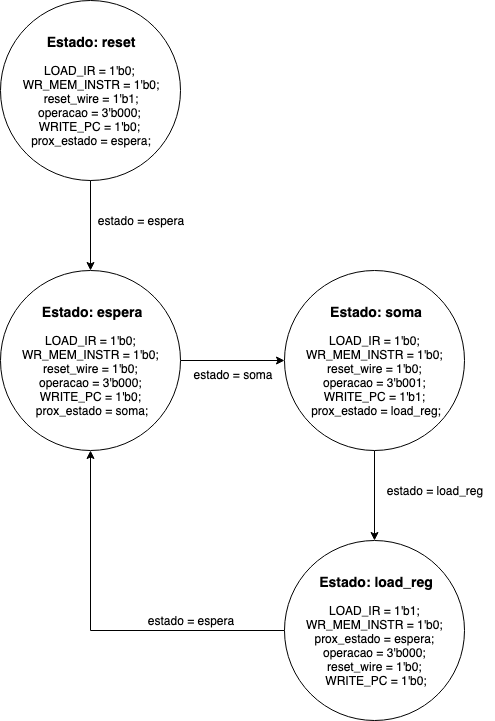
This is imageMaps/Maquina_de_estados.png from lucasgrisiq/procRISCV, a draw.io export, as it was before one commit. Source tidied: cells renumbered, new cells last; positions are measured from the earlier drawing's top-left corner, leaving out a move shared by most shapes. Source of this version:
```xml
<mxGraphModel>
  <root>
    <mxCell id="0" />
    <mxCell id="1" parent="0" />
    <mxCell id="2" value="&lt;div&gt;&lt;span style=&quot;white-space: nowrap&quot;&gt;&lt;b&gt;&lt;font style=&quot;font-size: 14px&quot;&gt;Estado: reset&lt;/font&gt;&lt;/b&gt;&lt;/span&gt;&lt;/div&gt;&lt;span&gt;&lt;div&gt;&lt;span style=&quot;white-space: nowrap&quot;&gt;&lt;br&gt;&lt;/span&gt;&lt;/div&gt;&lt;span style=&quot;white-space: nowrap&quot;&gt;&lt;div&gt;&lt;span&gt;LOAD_IR = 1'b0;&amp;nbsp;&lt;/span&gt;&lt;/div&gt;&lt;/span&gt;&lt;span style=&quot;white-space: nowrap&quot;&gt;&lt;div&gt;&lt;span&gt;WR_MEM_INSTR = 1'b0;&lt;/span&gt;&lt;/div&gt;&lt;/span&gt;&lt;span style=&quot;white-space: nowrap&quot;&gt;&lt;div&gt;&lt;span&gt;&amp;nbsp;reset_wire = 1'b1;&amp;nbsp;&lt;/span&gt;&lt;/div&gt;&lt;/span&gt;&lt;span style=&quot;white-space: nowrap&quot;&gt;&lt;div&gt;&lt;span&gt;operacao = 3'b000;&amp;nbsp;&lt;/span&gt;&lt;/div&gt;&lt;/span&gt;&lt;span style=&quot;white-space: nowrap&quot;&gt;&lt;div&gt;&lt;span&gt;WRITE_PC = 1'b0;&amp;nbsp;&lt;/span&gt;&lt;/div&gt;&lt;/span&gt;&lt;span style=&quot;white-space: nowrap&quot;&gt;&lt;div&gt;&lt;span&gt;prox_estado = espera;&lt;/span&gt;&lt;/div&gt;&lt;/span&gt;&lt;/span&gt;" style="ellipse;whiteSpace=wrap;html=1;align=center;" parent="1" vertex="1">
      <mxGeometry width="180" height="180" as="geometry" />
    </mxCell>
    <mxCell id="3" style="edgeStyle=orthogonalEdgeStyle;rounded=0;jettySize=auto;html=1;exitX=1;exitY=0.5;exitDx=0;exitDy=0;" parent="1" edge="1" source="4" target="8">
      <mxGeometry relative="1" as="geometry" />
    </mxCell>
    <mxCell id="4" value="&lt;b&gt;&lt;font style=&quot;font-size: 14px&quot;&gt;Estado: espera&lt;/font&gt;&lt;/b&gt;&lt;br&gt;&lt;br&gt;&lt;span style=&quot;text-align: left ; white-space: nowrap&quot;&gt;LOAD_IR = 1'b0; &lt;br&gt;WR_MEM_INSTR = 1'b0; &lt;br&gt;reset_wire = 1'b0;&amp;nbsp;&lt;br&gt;operacao = 3'b000; &lt;br&gt;WRITE_PC = 1'b0; &lt;br&gt;prox_estado = soma;&lt;/span&gt;" style="ellipse;whiteSpace=wrap;html=1;" parent="1" vertex="1">
      <mxGeometry y="270" width="180" height="180" as="geometry" />
    </mxCell>
    <mxCell id="5" style="edgeStyle=orthogonalEdgeStyle;rounded=0;jettySize=auto;html=1;exitX=0;exitY=0.5;exitDx=0;exitDy=0;entryX=0.5;entryY=1;entryDx=0;entryDy=0;" parent="1" edge="1" source="6" target="4">
      <mxGeometry relative="1" as="geometry" />
    </mxCell>
    <mxCell id="6" value="&lt;font style=&quot;font-size: 14px&quot;&gt;&lt;b&gt;Estado: load_reg&lt;/b&gt;&lt;/font&gt;&lt;br&gt;&lt;br&gt;&lt;span style=&quot;text-align: left ; white-space: nowrap&quot;&gt;LOAD_IR = 1'b1; &lt;br&gt;WR_MEM_INSTR = 1'b0; &lt;br&gt;prox_estado = espera; &lt;br&gt;operacao = 3'b000; &lt;br&gt;reset_wire = 1'b0; &lt;br&gt;WRITE_PC = 1'b0;&lt;/span&gt;" style="ellipse;whiteSpace=wrap;html=1;" parent="1" vertex="1">
      <mxGeometry x="284" y="540" width="180" height="180" as="geometry" />
    </mxCell>
    <mxCell id="7" style="edgeStyle=orthogonalEdgeStyle;rounded=0;jettySize=auto;html=1;exitX=0.5;exitY=1;exitDx=0;exitDy=0;entryX=0.5;entryY=0;entryDx=0;entryDy=0;" parent="1" edge="1" source="8" target="6">
      <mxGeometry relative="1" as="geometry" />
    </mxCell>
    <mxCell id="8" value="&lt;div&gt;&lt;span style=&quot;white-space: nowrap&quot;&gt;&lt;b&gt;&lt;font style=&quot;font-size: 14px&quot;&gt;Estado: soma&lt;/font&gt;&lt;/b&gt;&lt;/span&gt;&lt;/div&gt;&lt;span&gt;&lt;div&gt;&lt;span style=&quot;white-space: nowrap&quot;&gt;&lt;br&gt;&lt;/span&gt;&lt;/div&gt;&lt;/span&gt;&lt;span style=&quot;text-align: left ; white-space: nowrap&quot;&gt;LOAD_IR = 1'b0; &lt;br&gt;WR_MEM_INSTR = 1'b0; &lt;br&gt;reset_wire = 1'b0; &lt;br&gt;operacao = 3'b001; &lt;br&gt;WRITE_PC = 1'b1; &lt;br&gt;prox_estado = load_reg;&lt;/span&gt;&lt;span&gt;&lt;span style=&quot;white-space: nowrap&quot;&gt;&lt;br&gt;&lt;/span&gt;&lt;/span&gt;" style="ellipse;whiteSpace=wrap;html=1;align=center;" parent="1" vertex="1">
      <mxGeometry x="284" y="270" width="180" height="180" as="geometry" />
    </mxCell>
    <mxCell id="9" value="&lt;div style=&quot;color: rgb(212 , 212 , 212) ; background-color: rgb(30 , 30 , 30) ; font-family: &amp;#34;consolas&amp;#34; , &amp;#34;courier new&amp;#34; , monospace ; font-size: 14px ; line-height: 19px ; white-space: pre&quot;&gt;&lt;br&gt;&lt;/div&gt;" style="text;html=1;align=left;verticalAlign=top;spacingTop=-4;" parent="1" vertex="1">
      <mxGeometry x="150" y="695" width="20" height="20" as="geometry" />
    </mxCell>
    <mxCell id="10" value="estado = espera" style="text;html=1;strokeColor=none;fillColor=none;align=center;verticalAlign=middle;whiteSpace=wrap;rounded=0;" parent="1" vertex="1">
      <mxGeometry x="90" y="210" width="100" height="20" as="geometry" />
    </mxCell>
    <mxCell id="11" value="estado = soma" style="text;html=1;strokeColor=none;fillColor=none;align=center;verticalAlign=middle;whiteSpace=wrap;rounded=0;" parent="1" vertex="1">
      <mxGeometry x="183" y="364" width="100" height="20" as="geometry" />
    </mxCell>
    <mxCell id="12" value="estado = load_reg" style="text;html=1;strokeColor=none;fillColor=none;align=center;verticalAlign=middle;whiteSpace=wrap;rounded=0;" parent="1" vertex="1">
      <mxGeometry x="374" y="480" width="120" height="20" as="geometry" />
    </mxCell>
    <mxCell id="13" value="estado = espera" style="text;html=1;strokeColor=none;fillColor=none;align=center;verticalAlign=middle;whiteSpace=wrap;rounded=0;" parent="1" vertex="1">
      <mxGeometry x="110" y="610" width="160" height="20" as="geometry" />
    </mxCell>
    <mxCell id="14" style="endArrow=classic;html=1;exitX=0.5;exitY=1;exitDx=0;exitDy=0;entryX=0.5;entryY=0;entryDx=0;entryDy=0;" parent="1" edge="1" source="2" target="4">
      <mxGeometry relative="1" as="geometry" />
    </mxCell>
  </root>
</mxGraphModel>
```
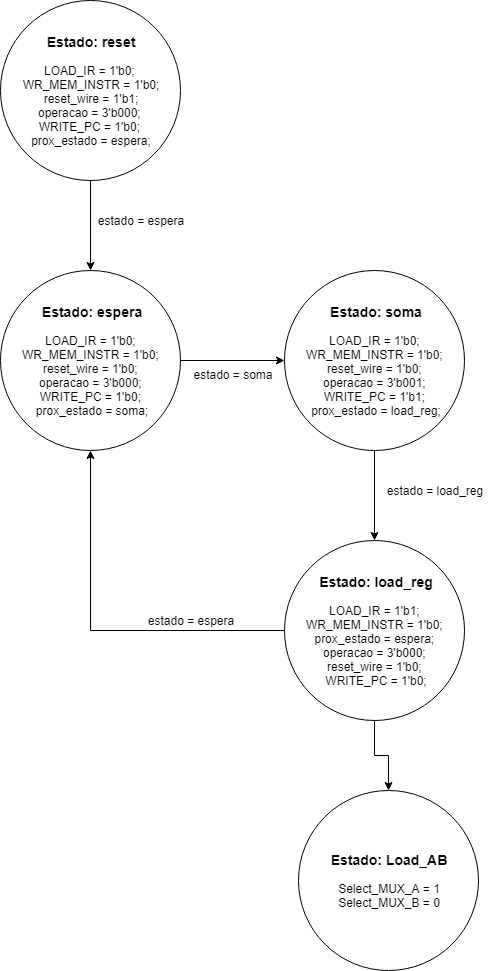
The same file after the commit.

The edit, as a diff of the source:
```diff
@@ -14,6 +14,9 @@
     <mxCell id="5" style="edgeStyle=orthogonalEdgeStyle;rounded=0;jettySize=auto;html=1;exitX=0;exitY=0.5;exitDx=0;exitDy=0;entryX=0.5;entryY=1;entryDx=0;entryDy=0;" parent="1" edge="1" source="6" target="4">
       <mxGeometry relative="1" as="geometry" />
     </mxCell>
+    <mxCell id="15" style="edgeStyle=orthogonalEdgeStyle;rounded=0;jettySize=auto;html=1;exitX=0.5;exitY=1;exitDx=0;exitDy=0;" parent="1" edge="1" source="6" target="16">
+      <mxGeometry relative="1" as="geometry" />
+    </mxCell>
     <mxCell id="6" value="&lt;font style=&quot;font-size: 14px&quot;&gt;&lt;b&gt;Estado: load_reg&lt;/b&gt;&lt;/font&gt;&lt;br&gt;&lt;br&gt;&lt;span style=&quot;text-align: left ; white-space: nowrap&quot;&gt;LOAD_IR = 1'b1; &lt;br&gt;WR_MEM_INSTR = 1'b0; &lt;br&gt;prox_estado = espera; &lt;br&gt;operacao = 3'b000; &lt;br&gt;reset_wire = 1'b0; &lt;br&gt;WRITE_PC = 1'b0;&lt;/span&gt;" style="ellipse;whiteSpace=wrap;html=1;" parent="1" vertex="1">
       <mxGeometry x="284" y="540" width="180" height="180" as="geometry" />
     </mxCell>
@@ -41,5 +44,8 @@
     <mxCell id="14" style="endArrow=classic;html=1;exitX=0.5;exitY=1;exitDx=0;exitDy=0;entryX=0.5;entryY=0;entryDx=0;entryDy=0;" parent="1" edge="1" source="2" target="4">
       <mxGeometry relative="1" as="geometry" />
     </mxCell>
+    <mxCell id="16" value="&lt;b&gt;&lt;font style=&quot;font-size: 14px&quot;&gt;Estado: Load_AB&lt;/font&gt;&lt;/b&gt;&lt;br&gt;&lt;br&gt;Select_MUX_A = 1&lt;br&gt;Select_MUX_B = 0" style="ellipse;whiteSpace=wrap;html=1;" parent="1" vertex="1">
+      <mxGeometry x="298" y="790" width="180" height="180" as="geometry" />
+    </mxCell>
   </root>
 </mxGraphModel>
```
